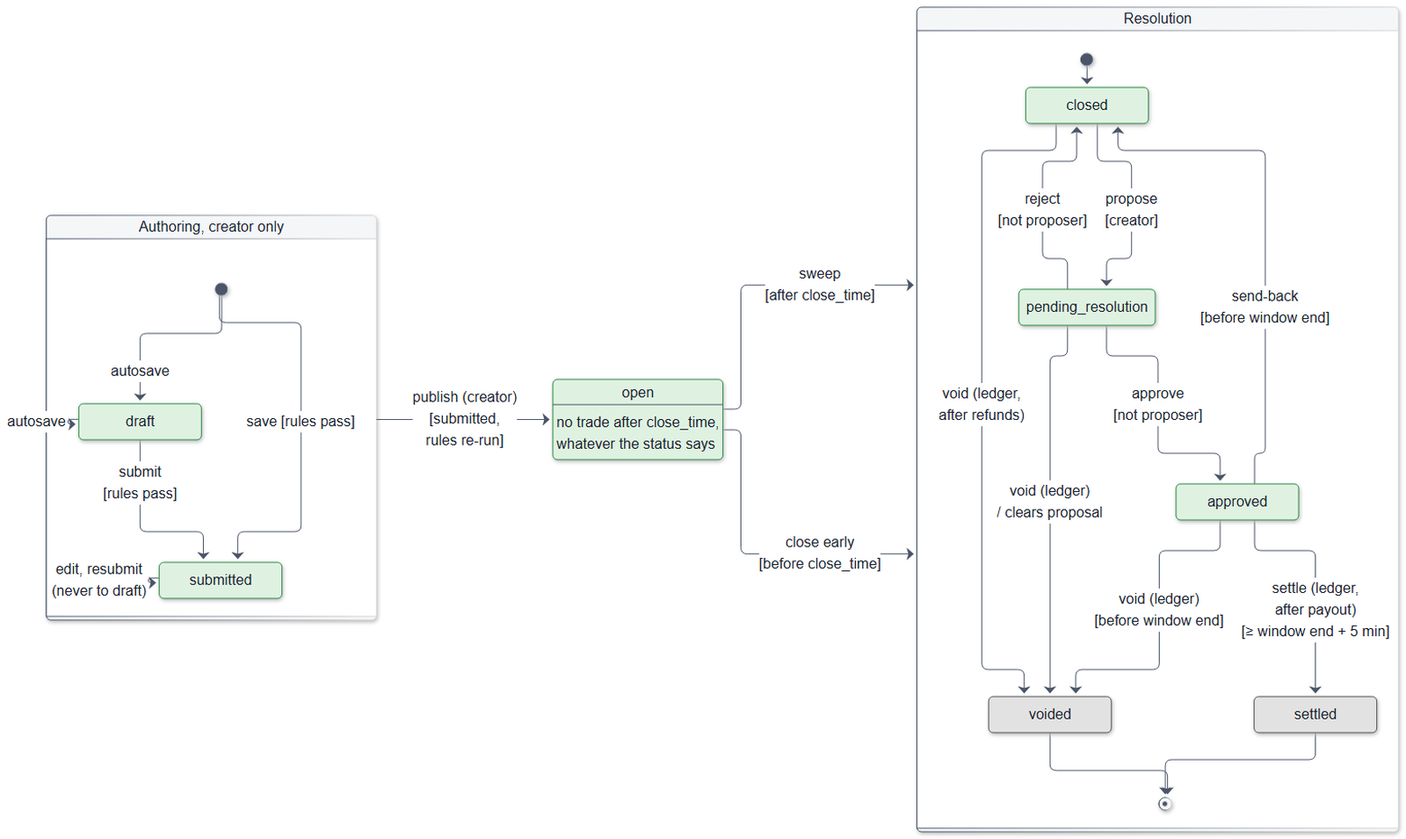
Earlier version of the Mermaid export docs/diagrams/rendered/08-market-lifecycle.png (decker757/CS464). Its source is kept beside it as docs/diagrams/08-market-lifecycle.mmd. Its diagram source:
```mermaid
stateDiagram-v2
    direction LR

    state "Authoring, creator only" as authoring {
        direction TB
        [*] --> draft : autosave
        [*] --> submitted : save [rules pass]
        draft --> draft : autosave
        draft --> submitted : submit<br/>[rules pass]
        submitted --> submitted : edit, resubmit<br/>(never to draft)
    }

    state "Resolution" as resolution {
        direction TB
        [*] --> closed
        closed --> pending_resolution : propose<br/>[creator]
        pending_resolution --> approved : approve<br/>[not proposer]
        pending_resolution --> closed : reject<br/>[not proposer]
        approved --> closed : send-back<br/>[before window end]
        approved --> settled : settle (ledger,<br/>after payout)<br/>[≥ window end + 5 min]
        closed --> voided : void (ledger,<br/>after refunds)
        pending_resolution --> voided : void (ledger)<br/>/ clears proposal
        approved --> voided : void (ledger)<br/>[before window end]
        settled --> [*]
        voided --> [*]
    }

    authoring --> open : publish (creator)<br/>[submitted,<br/>rules re-run]
    open --> resolution : sweep<br/>[after close_time]
    open --> resolution : close early<br/>[before close_time]

    state "open" as open
    open : no trade after close_time,
    open : whatever the status says

    classDef live fill:#DFF2E1,stroke:#2E8B47,color:#1A202C
    classDef terminal fill:#E2E2E2,stroke:#555555,color:#1A202C
    class draft, submitted, open, closed, pending_resolution, approved live
    class settled, voided terminal
```
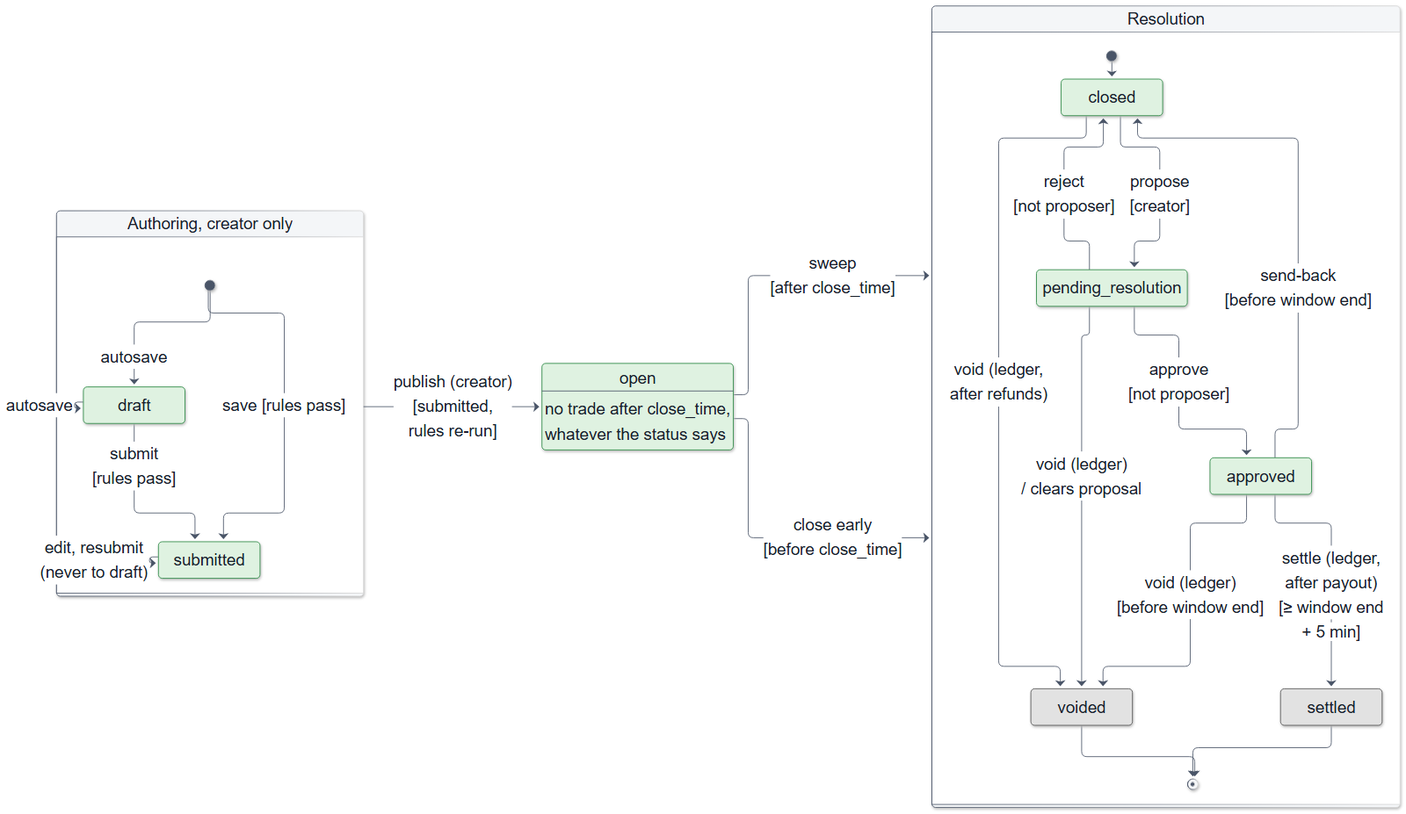
The same diagram one commit later.

Commit message:
docs(diagrams): the two ERDs and the lifecycle laid out for their pages, with larger text

Change to the diagram source:
```diff
@@ -1,3 +1,4 @@
+%%{init: {"themeVariables": {"fontSize": "22px"}}}%%
 stateDiagram-v2
     direction LR
 
@@ -17,7 +18,7 @@
         pending_resolution --> approved : approve<br/>[not proposer]
         pending_resolution --> closed : reject<br/>[not proposer]
         approved --> closed : send-back<br/>[before window end]
-        approved --> settled : settle (ledger,<br/>after payout)<br/>[≥ window end + 5 min]
+        approved --> settled : settle (ledger,<br/>after payout)<br/>[≥ window end<br/>+ 5 min]
         closed --> voided : void (ledger,<br/>after refunds)
         pending_resolution --> voided : void (ledger)<br/>/ clears proposal
         approved --> voided : void (ledger)<br/>[before window end]
```
